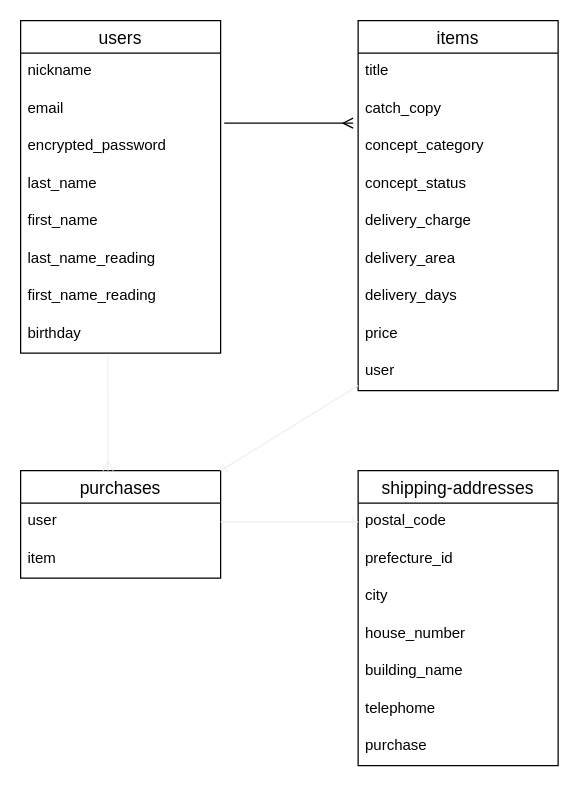
usagi-mikan/furima-35683 keeps this draw.io diagram as furima.dio. Above is the earlier version. Source tidied: cells renumbered, new cells numbered last; positions are measured from the earlier drawing's top-left corner, leaving out a move shared by most shapes. Both pictures are drawn from the tidied source at 125%, with x=0, y=0 at pixel (20, 20).
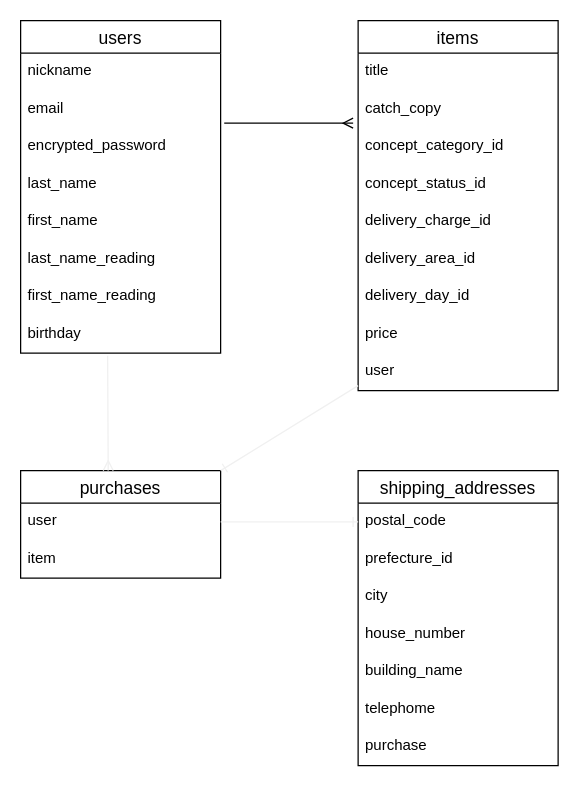
After the change.

Commit message (it also covers changes not shown here):
データベース設計・ER図設計の３回目修正

The change refers to these unchanged cells:
```xml
<mxCell id="11" value="items" style="swimlane;fontStyle=0;horizontal=1;startSize=26;align=center;fontSize=14;" parent="1" vertex="1">
  <mxGeometry x="270" width="160" height="296" as="geometry" />
</mxCell>
```

Diff of the diagram source:
```diff
@@
-    <mxCell id="14" value="concept_category" style="text;strokeColor=none;fillColor=none;spacingLeft=4;spacingRight=4;overflow=hidden;fontSize=12;" parent="11" vertex="1">
+    <mxCell id="14" value="concept_category_id" style="text;strokeColor=none;fillColor=none;spacingLeft=4;spacingRight=4;overflow=hidden;fontSize=12;" parent="11" vertex="1">
       <mxGeometry y="86" width="160" height="30" as="geometry" />
     </mxCell>
-    <mxCell id="15" value="concept_status" style="text;strokeColor=none;fillColor=none;spacingLeft=4;spacingRight=4;overflow=hidden;fontSize=12;" parent="11" vertex="1">
+    <mxCell id="15" value="concept_status_id" style="text;strokeColor=none;fillColor=none;spacingLeft=4;spacingRight=4;overflow=hidden;fontSize=12;" parent="11" vertex="1">
       <mxGeometry y="116" width="160" height="30" as="geometry" />
     </mxCell>
-    <mxCell id="16" value="delivery_charge" style="text;strokeColor=none;fillColor=none;spacingLeft=4;spacingRight=4;overflow=hidden;fontSize=12;" parent="11" vertex="1">
+    <mxCell id="16" value="delivery_charge_id" style="text;strokeColor=none;fillColor=none;spacingLeft=4;spacingRight=4;overflow=hidden;fontSize=12;" parent="11" vertex="1">
       <mxGeometry y="146" width="160" height="30" as="geometry" />
     </mxCell>
-    <mxCell id="17" value="delivery_area" style="text;strokeColor=none;fillColor=none;spacingLeft=4;spacingRight=4;overflow=hidden;fontSize=12;" parent="11" vertex="1">
+    <mxCell id="17" value="delivery_area_id" style="text;strokeColor=none;fillColor=none;spacingLeft=4;spacingRight=4;overflow=hidden;fontSize=12;" parent="11" vertex="1">
       <mxGeometry y="176" width="160" height="30" as="geometry" />
     </mxCell>
-    <mxCell id="18" value="delivery_days" style="text;strokeColor=none;fillColor=none;spacingLeft=4;spacingRight=4;overflow=hidden;fontSize=12;" parent="11" vertex="1">
+    <mxCell id="18" value="delivery_day_id" style="text;strokeColor=none;fillColor=none;spacingLeft=4;spacingRight=4;overflow=hidden;fontSize=12;" parent="11" vertex="1">
       <mxGeometry y="206" width="160" height="30" as="geometry" />
     </mxCell>
@@
-    <mxCell id="24" value="shipping-addresses" style="swimlane;fontStyle=0;horizontal=1;startSize=26;align=center;fontSize=14;" parent="1" vertex="1">
+    <mxCell id="24" value="shipping_addresses" style="swimlane;fontStyle=0;horizontal=1;startSize=26;align=center;fontSize=14;" parent="1" vertex="1">
       <mxGeometry x="270" y="360" width="160" height="236" as="geometry" />
     </mxCell>
```
